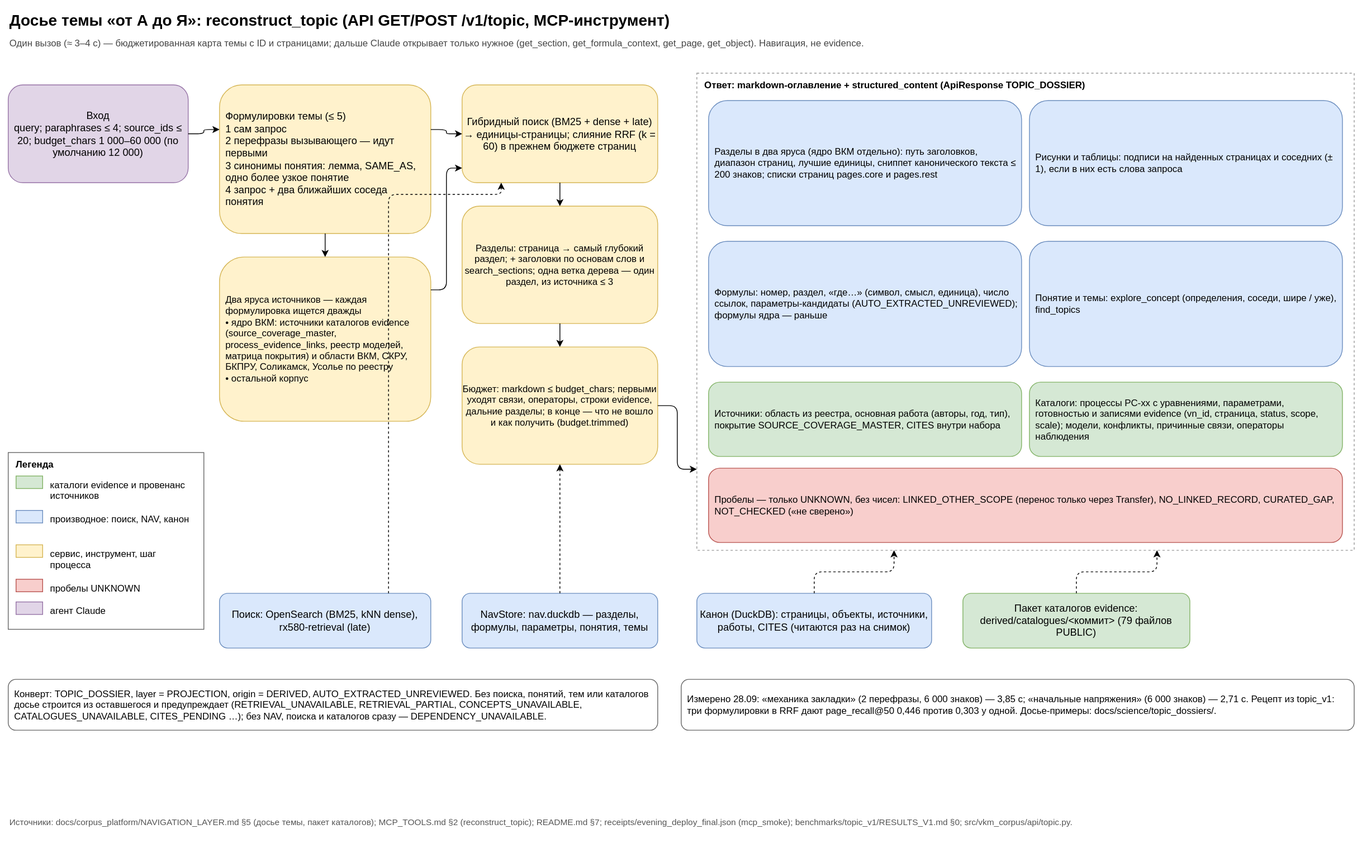
The draw.io diagram docs/diagrams/topic_dossier.svg in SUKUNA-AI/vkm-subsidence-forecasting, before a commit. Source tidied: cells renumbered, new cells last; positions are measured from the earlier drawing's top-left corner, leaving out a move shared by most shapes.
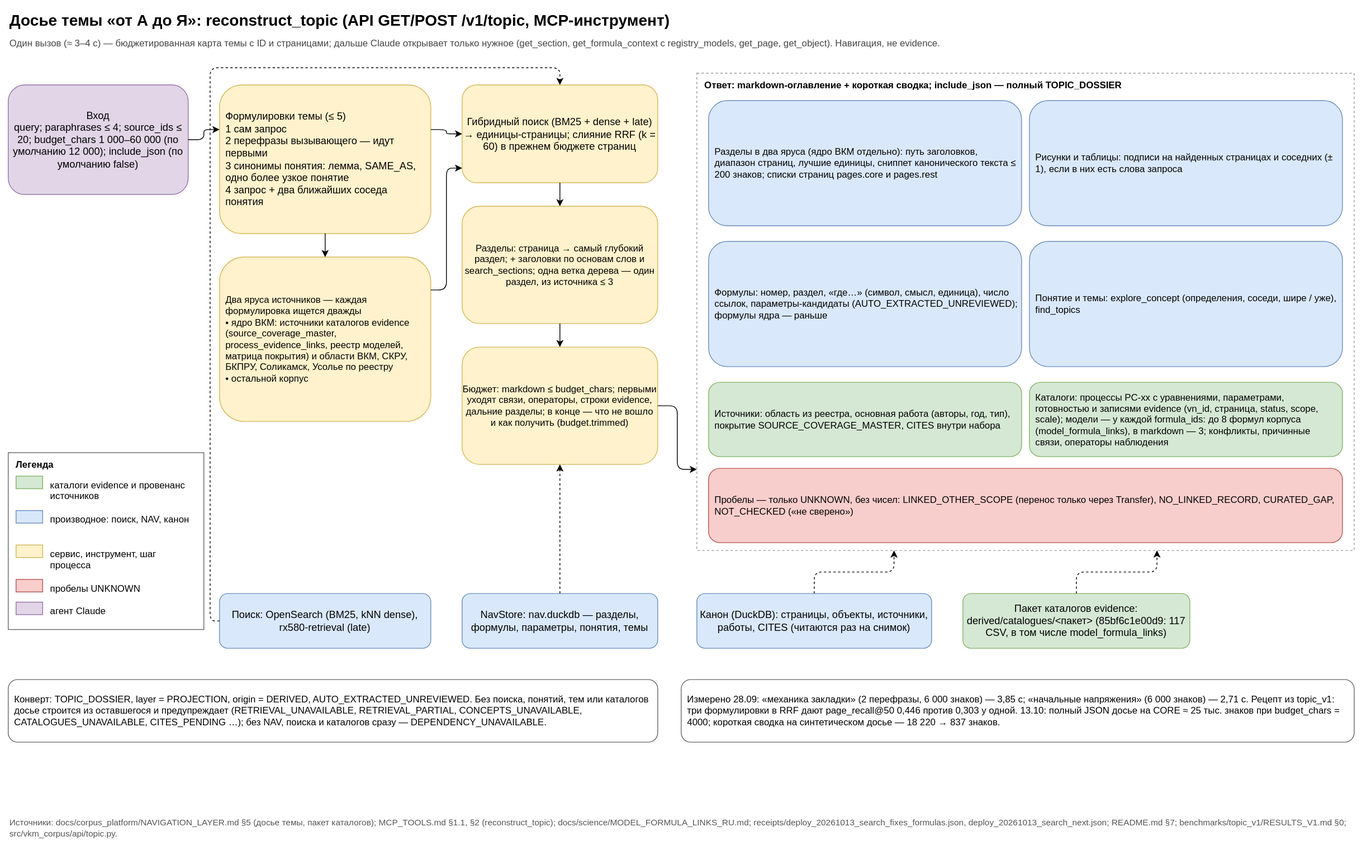
The same diagram one commit later.

What changed in the source:
```diff
@@ -5,11 +5,11 @@
     <mxCell id="2" value="Досье темы «от А до Я»: reconstruct_topic (API GET/POST /v1/topic, MCP-инструмент)" style="text;align=left;fontSize=20;fontStyle=1;html=1;verticalAlign=middle;whiteSpace=wrap;" parent="1" vertex="1">
       <mxGeometry width="1720" height="30" as="geometry" />
     </mxCell>
-    <mxCell id="3" value="Один вызов (≈ 3–4 с) — бюджетированная карта темы с ID и страницами; дальше Claude открывает только нужное (get_section, get_formula_context, get_page, get_object). Навигация, не evidence." style="text;align=left;fontColor=#444444;fontSize=12;html=1;verticalAlign=middle;whiteSpace=wrap;" parent="1" vertex="1">
+    <mxCell id="3" value="Один вызов (≈ 3–4 с) — бюджетированная карта темы с ID и страницами; дальше Claude открывает только нужное (get_section, get_formula_context с registry_models, get_page, get_object). Навигация, не evidence." style="text;align=left;fontColor=#444444;fontSize=12;html=1;verticalAlign=middle;whiteSpace=wrap;" parent="1" vertex="1">
       <mxGeometry y="32" width="1720" height="25" as="geometry" />
     </mxCell>
-    <mxCell id="4" value="Вход&lt;br&gt;query; paraphrases ≤ 4; source_ids ≤ 20; budget_chars 1 000–60 000 (по умолчанию 12 000)" style="fillColor=#e1d5e7;fontSize=13;html=1;rounded=1;strokeColor=#9673a6;whiteSpace=wrap;" parent="1" vertex="1">
-      <mxGeometry y="98" width="230" height="125" as="geometry" />
+    <mxCell id="4" value="Вход&lt;br&gt;query; paraphrases ≤ 4; source_ids ≤ 20; budget_chars 1 000–60 000 (по умолчанию 12 000); include_json (по умолчанию false)" style="fillColor=#e1d5e7;fontSize=13;html=1;rounded=1;strokeColor=#9673a6;whiteSpace=wrap;" parent="1" vertex="1">
+      <mxGeometry y="98" width="230" height="140" as="geometry" />
     </mxCell>
     <mxCell id="5" value="Формулировки темы (≤ 5)&lt;br&gt;1 сам запрос&lt;br&gt;2 перефразы вызывающего — идут первыми&lt;br&gt;3 синонимы понятия: лемма, SAME_AS, одно более узкое понятие&lt;br&gt;4 запрос + два ближайших соседа понятия" style="align=left;fillColor=#fff2cc;fontSize=13;html=1;rounded=1;spacingLeft=6;spacingRight=4;strokeColor=#d6b656;whiteSpace=wrap;" parent="1" vertex="1">
       <mxGeometry x="270" y="98" width="270" height="190" as="geometry" />
@@ -26,7 +26,7 @@
     <mxCell id="9" value="Бюджет: markdown ≤ budget_chars; первыми уходят связи, операторы, строки evidence, дальние разделы; в конце — что не вошло и как получить (budget.trimmed)" style="fillColor=#fff2cc;fontSize=12;html=1;rounded=1;strokeColor=#d6b656;whiteSpace=wrap;" parent="1" vertex="1">
       <mxGeometry x="580" y="433" width="250" height="150" as="geometry" />
     </mxCell>
-    <mxCell id="10" value="Ответ: markdown-оглавление + structured_content (ApiResponse TOPIC_DOSSIER)" style="align=left;dashed=1;fillColor=none;fontSize=12;fontStyle=1;html=1;rounded=0;spacingLeft=8;spacingTop=2;strokeColor=#999999;verticalAlign=top;whiteSpace=wrap;" parent="1" vertex="1">
+    <mxCell id="10" value="Ответ: markdown-оглавление + короткая сводка; include_json — полный TOPIC_DOSSIER" style="align=left;dashed=1;fillColor=none;fontSize=12;fontStyle=1;html=1;rounded=0;spacingLeft=8;spacingTop=2;strokeColor=#999999;verticalAlign=top;whiteSpace=wrap;" parent="1" vertex="1">
       <mxGeometry x="880" y="83" width="840" height="610" as="geometry" />
     </mxCell>
     <mxCell id="11" value="Разделы в два яруса (ядро ВКМ отдельно): путь заголовков, диапазон страниц, лучшие единицы, сниппет канонического текста ≤ 200 знаков; списки страниц pages.core и pages.rest" style="align=left;fillColor=#dae8fc;fontSize=12;html=1;rounded=1;spacingLeft=6;spacingRight=4;strokeColor=#6c8ebf;whiteSpace=wrap;" parent="10" vertex="1">
@@ -44,7 +44,7 @@
     <mxCell id="15" value="Источники: область из реестра, основная работа (авторы, год, тип), покрытие SOURCE_COVERAGE_MASTER, CITES внутри набора" style="align=left;fillColor=#d5e8d4;fontSize=12;html=1;rounded=1;spacingLeft=6;spacingRight=4;strokeColor=#82b366;whiteSpace=wrap;" parent="10" vertex="1">
       <mxGeometry x="15" y="395" width="400" height="95" as="geometry" />
     </mxCell>
-    <mxCell id="16" value="Каталоги: процессы PC-xx с уравнениями, параметрами, готовностью и записями evidence (vn_id, страница, status, scope, scale); модели, конфликты, причинные связи, операторы наблюдения" style="align=left;fillColor=#d5e8d4;fontSize=12;html=1;rounded=1;spacingLeft=6;spacingRight=4;strokeColor=#82b366;whiteSpace=wrap;" parent="10" vertex="1">
+    <mxCell id="16" value="Каталоги: процессы PC-xx с уравнениями, параметрами, готовностью и записями evidence (vn_id, страница, status, scope, scale); модели — у каждой formula_ids: до 8 формул корпуса (model_formula_links), в markdown — 3; конфликты, причинные связи, операторы наблюдения" style="align=left;fillColor=#d5e8d4;fontSize=12;html=1;rounded=1;spacingLeft=6;spacingRight=4;strokeColor=#82b366;whiteSpace=wrap;" parent="10" vertex="1">
       <mxGeometry x="425" y="395" width="400" height="95" as="geometry" />
     </mxCell>
     <mxCell id="17" value="Пробелы — только UNKNOWN, без чисел: LINKED_OTHER_SCOPE (перенос только через Transfer), NO_LINKED_RECORD, CURATED_GAP, NOT_CHECKED («не сверено»)" style="align=left;fillColor=#f8cecc;fontSize=12;html=1;rounded=1;spacingLeft=6;spacingRight=4;strokeColor=#b85450;whiteSpace=wrap;" parent="10" vertex="1">
@@ -59,14 +59,14 @@
     <mxCell id="20" value="Канон (DuckDB): страницы, объекты, источники, работы, CITES (читаются раз на снимок)" style="fillColor=#dae8fc;fontSize=13;html=1;rounded=1;strokeColor=#6c8ebf;whiteSpace=wrap;" parent="1" vertex="1">
       <mxGeometry x="880" y="748" width="300" height="70" as="geometry" />
     </mxCell>
-    <mxCell id="21" value="Пакет каталогов evidence: derived/catalogues/&amp;lt;коммит&amp;gt; (79 файлов PUBLIC)" style="fillColor=#d5e8d4;fontSize=13;html=1;rounded=1;strokeColor=#82b366;whiteSpace=wrap;" parent="1" vertex="1">
+    <mxCell id="21" value="Пакет каталогов evidence: derived/catalogues/&amp;lt;пакет&amp;gt; (85bf6c1e00d9: 117 CSV, в том числе model_formula_links)" style="fillColor=#d5e8d4;fontSize=13;html=1;rounded=1;strokeColor=#82b366;whiteSpace=wrap;" parent="1" vertex="1">
       <mxGeometry x="1220" y="748" width="290" height="70" as="geometry" />
     </mxCell>
     <mxCell id="22" value="Конверт: TOPIC_DOSSIER, layer = PROJECTION, origin = DERIVED, AUTO_EXTRACTED_UNREVIEWED. Без поиска, понятий, тем или каталогов досье строится из оставшегося и предупреждает (RETRIEVAL_UNAVAILABLE, RETRIEVAL_PARTIAL, CONCEPTS_UNAVAILABLE, CATALOGUES_UNAVAILABLE, CITES_PENDING …); без NAV, поиска и каталогов сразу — DEPENDENCY_UNAVAILABLE." style="align=left;fillColor=#ffffff;fontSize=12;html=1;rounded=1;spacingLeft=6;spacingRight=4;strokeColor=#666666;whiteSpace=wrap;" parent="1" vertex="1">
-      <mxGeometry y="858" width="830" height="65" as="geometry" />
+      <mxGeometry y="858" width="830" height="80" as="geometry" />
     </mxCell>
-    <mxCell id="23" value="Измерено 28.09: «механика закладки» (2 перефразы, 6 000 знаков) — 3,85 с; «начальные напряжения» (6 000 знаков) — 2,71 с. Рецепт из topic_v1: три формулировки в RRF дают page_recall@50 0,446 против 0,303 у одной. Досье-примеры: docs/science/topic_dossiers/." style="align=left;fillColor=#ffffff;fontSize=12;html=1;rounded=1;spacingLeft=6;spacingRight=4;strokeColor=#666666;whiteSpace=wrap;" parent="1" vertex="1">
-      <mxGeometry x="860" y="858" width="860" height="65" as="geometry" />
+    <mxCell id="23" value="Измерено 28.09: «механика закладки» (2 перефразы, 6 000 знаков) — 3,85 с; «начальные напряжения» (6 000 знаков) — 2,71 с. Рецепт из topic_v1: три формулировки в RRF дают page_recall@50 0,446 против 0,303 у одной. 13.10: полный JSON досье на CORE ≈ 25 тыс. знаков при budget_chars = 4000; короткая сводка на синтетическом досье — 18 220 → 837 знаков." style="align=left;fillColor=#ffffff;fontSize=12;html=1;rounded=1;spacingLeft=6;spacingRight=4;strokeColor=#666666;whiteSpace=wrap;" parent="1" vertex="1">
+      <mxGeometry x="860" y="858" width="860" height="80" as="geometry" />
     </mxCell>
     <mxCell id="24" value="Легенда" style="align=left;dashed=0;fillColor=#ffffff;fontSize=12;fontStyle=1;html=1;rounded=0;spacingLeft=8;spacingTop=2;strokeColor=#666666;verticalAlign=top;whiteSpace=wrap;" parent="1" vertex="1">
       <mxGeometry y="568" width="250" height="226" as="geometry" />
@@ -101,8 +101,8 @@
     <mxCell id="34" value="агент Claude" style="text;align=left;fontSize=12;html=1;verticalAlign=top;whiteSpace=wrap;" parent="24" vertex="1">
       <mxGeometry x="52" y="189" width="190" height="25" as="geometry" />
     </mxCell>
-    <mxCell id="35" value="Источники: docs/corpus_platform/NAVIGATION_LAYER.md §5 (досье темы, пакет каталогов); MCP_TOOLS.md §2 (reconstruct_topic); README.md §7; receipts/evening_deploy_final.json (mcp_smoke); benchmarks/topic_v1/RESULTS_V1.md §0; src/vkm_corpus/api/topic.py." style="text;align=left;fontColor=#555555;fontSize=11;html=1;verticalAlign=middle;whiteSpace=wrap;" parent="1" vertex="1">
-      <mxGeometry y="1028" width="1720" height="25" as="geometry" />
+    <mxCell id="35" value="Источники: docs/corpus_platform/NAVIGATION_LAYER.md §5 (досье темы, пакет каталогов); MCP_TOOLS.md §1.1, §2 (reconstruct_topic); docs/science/MODEL_FORMULA_LINKS_RU.md; receipts/deploy_20261013_search_fixes_formulas.json, deploy_20261013_search_next.json; README.md §7; benchmarks/topic_v1/RESULTS_V1.md §0; src/vkm_corpus/api/topic.py." style="text;align=left;fontColor=#555555;fontSize=11;html=1;verticalAlign=middle;whiteSpace=wrap;" parent="1" vertex="1">
+      <mxGeometry y="1028" width="1720" height="40" as="geometry" />
     </mxCell>
     <mxCell id="36" style="edgeStyle=orthogonalEdgeStyle;endArrow=classic;entryDx=0;entryDy=0;entryX=0;entryY=0.3;exitDx=0;exitDy=0;exitX=1;exitY=0.5;fontSize=11;html=1;labelBackgroundColor=#ffffff;rounded=1;" parent="1" edge="1" source="4" target="5">
       <mxGeometry relative="1" as="geometry" />
@@ -125,12 +125,12 @@
     <mxCell id="42" style="edgeStyle=orthogonalEdgeStyle;endArrow=classic;entryDx=0;entryDy=0;entryX=0;entryY=0.83;exitDx=0;exitDy=0;exitX=1;exitY=0.5;fontSize=11;html=1;labelBackgroundColor=#ffffff;rounded=1;" parent="1" edge="1" source="9" target="10">
       <mxGeometry relative="1" as="geometry" />
     </mxCell>
-    <mxCell id="43" style="dashed=1;edgeStyle=orthogonalEdgeStyle;endArrow=classic;entryDx=0;entryDy=0;entryX=0.2;entryY=1;exitDx=0;exitDy=0;exitX=0.8;exitY=0;fontSize=11;html=1;labelBackgroundColor=#ffffff;rounded=1;" parent="1" edge="1" source="18" target="7">
+    <mxCell id="43" style="dashed=1;edgeStyle=orthogonalEdgeStyle;endArrow=classic;entryDx=0;entryDy=0;entryX=0.5;entryY=0;exitDx=0;exitDy=0;exitX=0;exitY=0.5;fontSize=11;html=1;labelBackgroundColor=#ffffff;rounded=1;" parent="1" edge="1" source="18" target="7">
       <mxGeometry relative="1" as="geometry">
         <Array as="points">
-          <mxPoint x="486" y="728" />
-          <mxPoint x="486" y="238" />
-          <mxPoint x="630" y="238" />
+          <mxPoint x="258" y="783" />
+          <mxPoint x="258" y="76" />
+          <mxPoint x="705" y="76" />
         </Array>
       </mxGeometry>
     </mxCell>
```
